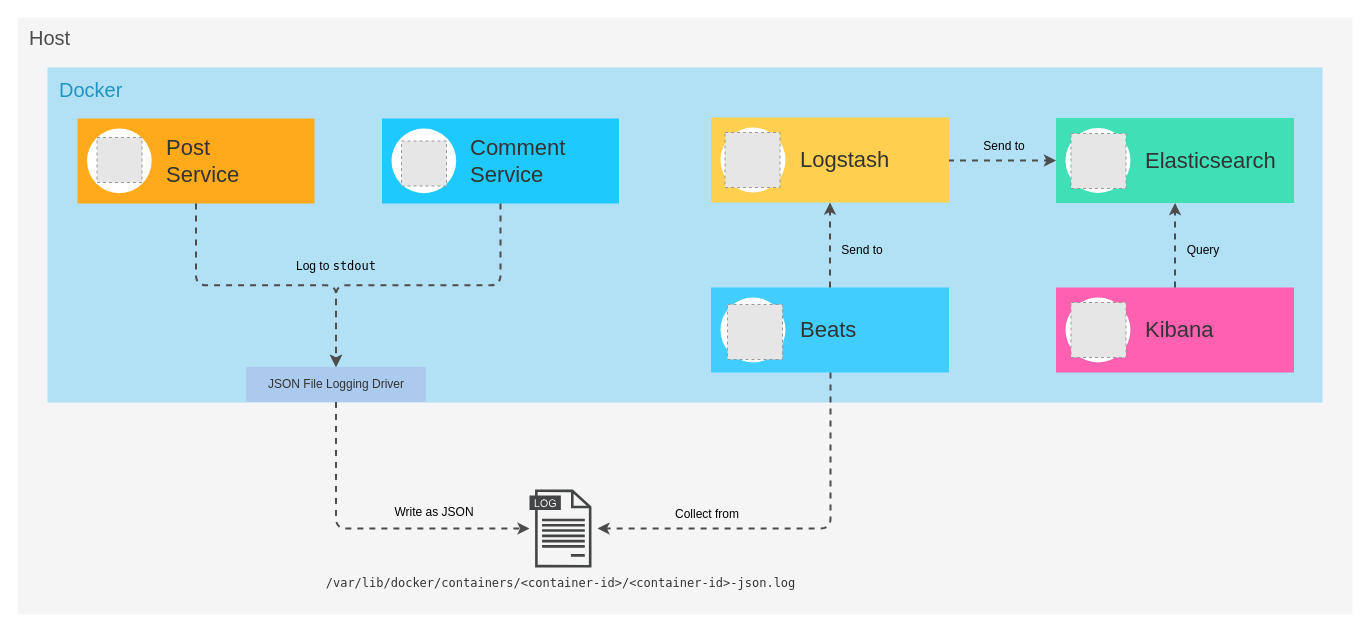
The draw.io diagram page "services-and-elastic-stack" (3 of 5) of misc/diagrams.drawio in cassiomolin/log-aggregation-spring-boot-elastic-stack, before the edit. Source tidied: cells renumbered, new cells numbered last; positions are measured from the earlier drawing's top-left corner, leaving out a move shared by most shapes. Both pictures are drawn from the tidied source at 100%, with x=0, y=0 at pixel (17, 17). Pictures stored in the file or linked from it are replaced by grey dashed boxes.
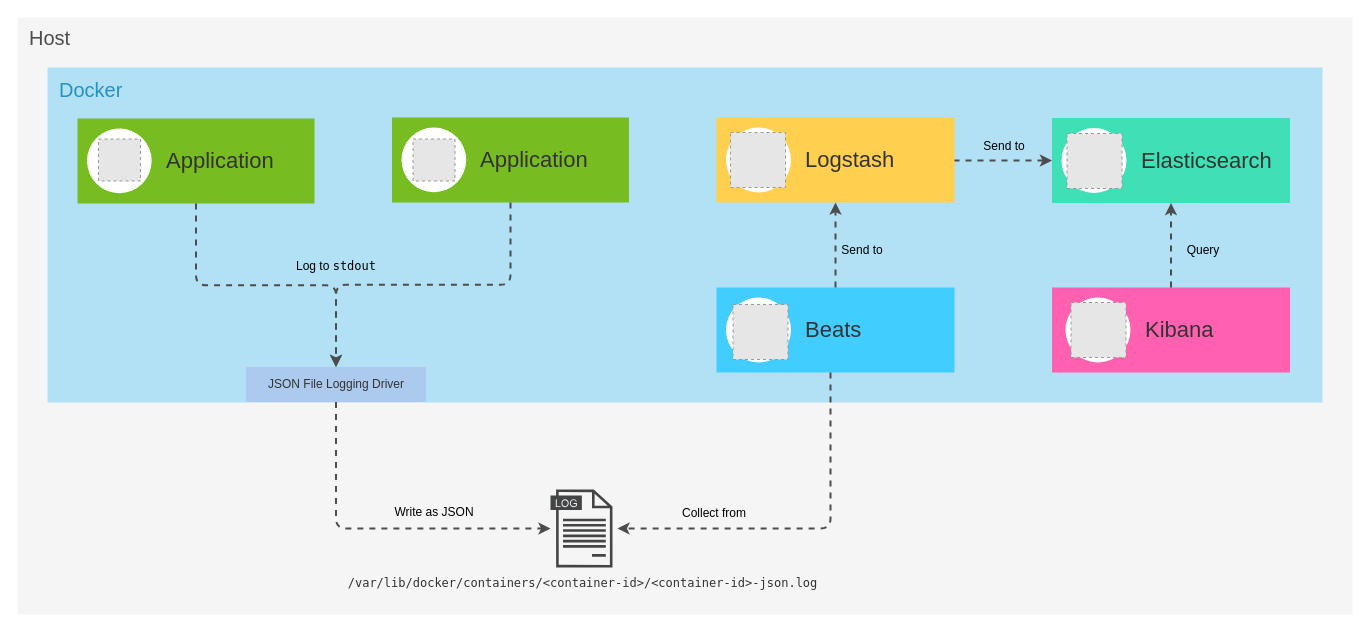
The same diagram, later.

Unchanged cells that the change refers to:
```xml
<mxCell id="5" style="group;fixDash=0;backgroundOutline=0;" parent="1" vertex="1">
  <mxGeometry x="1038.5" y="270" width="238" height="85" as="geometry" />
</mxCell>
<mxCell id="23" style="group;fixDash=0;backgroundOutline=0;" parent="22" vertex="1">
  <mxGeometry width="240" height="85" as="geometry" />
</mxCell>
<mxCell id="52" style="group;fixDash=0;backgroundOutline=0;" parent="51" vertex="1">
  <mxGeometry width="240" height="85" as="geometry" />
</mxCell>
```

Change to the diagram source:
```diff
@@
     <mxCell id="6" style="rounded=0;whiteSpace=wrap;html=1;strokeColor=none;fillColor=#FF61B0;shadow=0;fixDash=0;backgroundOutline=0;" parent="5" vertex="1">
-      <mxGeometry width="238" height="85" as="geometry" />
+      <mxGeometry x="-4" width="238" height="85" as="geometry" />
     </mxCell>
@@
     <mxCell id="10" style="group;fixDash=0;backgroundOutline=0;" parent="1" vertex="1">
-      <mxGeometry x="1038.5" y="100.5" width="238" height="85" as="geometry" />
+      <mxGeometry x="1034.5" y="100.5" width="238" height="85" as="geometry" />
     </mxCell>
@@
     <mxCell id="16" style="group;fixDash=0;backgroundOutline=0;" parent="1" vertex="1">
-      <mxGeometry x="693.5" y="270" width="238" height="85" as="geometry" />
+      <mxGeometry x="699" y="270" width="238" height="85" as="geometry" />
     </mxCell>
@@
     <mxCell id="22" style="group;shadow=0;fixDash=0;backgroundOutline=0;" parent="1" vertex="1">
-      <mxGeometry x="364.5" y="101" width="241" height="85" as="geometry" />
+      <mxGeometry x="374.5" y="100" width="241" height="85" as="geometry" />
     </mxCell>
@@
-    <mxCell id="24" style="rounded=0;whiteSpace=wrap;html=1;strokeColor=none;fillColor=#1EC9FD;shadow=0;fixDash=0;backgroundOutline=0;" parent="23" vertex="1">
+    <mxCell id="24" style="rounded=0;whiteSpace=wrap;html=1;strokeColor=none;fillColor=#77BC21;shadow=0;fixDash=0;backgroundOutline=0;" parent="23" vertex="1">
       <mxGeometry width="237" height="85" as="geometry" />
     </mxCell>
@@
-    <mxCell id="26" value="&lt;font style=&quot;font-size: 22px&quot;&gt;Comment Service&lt;br&gt;&lt;/font&gt;" style="text;html=1;strokeColor=none;fillColor=none;align=left;verticalAlign=middle;whiteSpace=wrap;rounded=0;fontColor=#333333;fixDash=0;backgroundOutline=0;" parent="23" vertex="1">
+    <mxCell id="26" value="&lt;font style=&quot;font-size: 22px&quot;&gt;Application&lt;br&gt;&lt;/font&gt;" style="text;html=1;strokeColor=none;fillColor=none;align=left;verticalAlign=middle;whiteSpace=wrap;rounded=0;fontColor=#333333;fixDash=0;backgroundOutline=0;" parent="23" vertex="1">
       <mxGeometry x="86.6" y="33" width="149.4" height="20" as="geometry" />
     </mxCell>
-    <mxCell id="27" style="fillColor=#E6E6E6;strokeColor=#999999;dashed=1;verticalLabelPosition=bottom;labelBackgroundColor=#ffffff;verticalAlign=top;" parent="23" vertex="1">
-      <mxGeometry x="19.5" y="22.5" width="45" height="45" as="geometry" />
-    </mxCell>
+    <mxCell id="60" style="fillColor=#E6E6E6;strokeColor=#999999;dashed=1;verticalLabelPosition=bottom;labelBackgroundColor=#ffffff;verticalAlign=top;" parent="23" vertex="1">
+      <mxGeometry x="21" y="21.5" width="42" height="42" as="geometry" />
+    </mxCell>
@@
     <mxCell id="33" value="Collect from" style="text;html=1;strokeColor=none;fillColor=none;align=center;verticalAlign=middle;whiteSpace=wrap;rounded=0;fixDash=0;backgroundOutline=0;shadow=0;" parent="1" vertex="1">
-      <mxGeometry x="643" y="487" width="94" height="20" as="geometry" />
+      <mxGeometry x="650" y="486" width="94" height="20" as="geometry" />
     </mxCell>
@@
     <mxCell id="39" style="group;fixDash=0;backgroundOutline=0;" parent="1" vertex="1">
-      <mxGeometry x="693.5" y="100" width="238" height="85" as="geometry" />
+      <mxGeometry x="699" y="100" width="238" height="85" as="geometry" />
     </mxCell>
@@
     <mxCell id="46" style="shadow=0;dashed=0;html=1;strokeColor=none;fillColor=#434445;labelPosition=center;verticalLabelPosition=bottom;verticalAlign=top;align=center;outlineConnect=0;shape=mxgraph.vvd.log_files;" parent="1" vertex="1">
-      <mxGeometry x="512" y="472" width="62" height="78" as="geometry" />
+      <mxGeometry x="533" y="472" width="62" height="78" as="geometry" />
     </mxCell>
     <mxCell id="47" value="&lt;span&gt;/var/lib/docker/containers/&amp;lt;container-id&amp;gt;/&amp;lt;container-id&amp;gt;-json.log&lt;/span&gt;&lt;br&gt;" style="text;html=1;fontColor=#333333;align=center;fontFamily=Menlo;" parent="1" vertex="1">
-      <mxGeometry x="286" y="552" width="514" height="30" as="geometry" />
+      <mxGeometry x="308" y="552" width="514" height="30" as="geometry" />
     </mxCell>
     <mxCell id="48" style="edgeStyle=orthogonalEdgeStyle;rounded=1;orthogonalLoop=1;jettySize=auto;html=1;shadow=0;dashed=1;strokeColor=#4D4D4D;strokeWidth=2;fontColor=#333333;jumpStyle=none;exitX=0.5;exitY=1;exitDx=0;exitDy=0;" parent="1" edge="1">
       <mxGeometry relative="1" as="geometry">
         <mxPoint x="813" y="355" as="sourcePoint" />
-        <mxPoint x="580" y="511" as="targetPoint" />
+        <mxPoint x="600" y="511" as="targetPoint" />
         <Array as="points">
           <mxPoint x="813" y="511" />
         </Array>
       </mxGeometry>
     </mxCell>
@@
-    <mxCell id="53" style="rounded=0;whiteSpace=wrap;html=1;strokeColor=none;fillColor=#ffaa1a;shadow=0;fixDash=0;backgroundOutline=0;" parent="52" vertex="1">
+    <mxCell id="53" style="rounded=0;whiteSpace=wrap;html=1;strokeColor=none;fillColor=#77BC21;shadow=0;fixDash=0;backgroundOutline=0;" parent="52" vertex="1">
       <mxGeometry width="237" height="85" as="geometry" />
     </mxCell>
@@
-    <mxCell id="55" value="&lt;font style=&quot;font-size: 22px&quot;&gt;Post&lt;br&gt;Service&lt;br&gt;&lt;/font&gt;" style="text;html=1;strokeColor=none;fillColor=none;align=left;verticalAlign=middle;whiteSpace=wrap;rounded=0;fontColor=#333333;fixDash=0;backgroundOutline=0;" parent="52" vertex="1">
+    <mxCell id="55" value="&lt;font style=&quot;font-size: 22px&quot;&gt;Application&lt;br&gt;&lt;/font&gt;" style="text;html=1;strokeColor=none;fillColor=none;align=left;verticalAlign=middle;whiteSpace=wrap;rounded=0;fontColor=#333333;fixDash=0;backgroundOutline=0;" parent="52" vertex="1">
       <mxGeometry x="86.6" y="33" width="149.4" height="20" as="geometry" />
     </mxCell>
-    <mxCell id="56" style="fillColor=#E6E6E6;strokeColor=#999999;dashed=1;verticalLabelPosition=bottom;labelBackgroundColor=#ffffff;verticalAlign=top;" parent="52" vertex="1">
-      <mxGeometry x="19.5" y="19" width="45" height="45" as="geometry" />
-    </mxCell>
+    <mxCell id="61" style="fillColor=#E6E6E6;strokeColor=#999999;dashed=1;verticalLabelPosition=bottom;labelBackgroundColor=#ffffff;verticalAlign=top;" parent="52" vertex="1">
+      <mxGeometry x="21" y="20.5" width="42" height="42" as="geometry" />
+    </mxCell>
```
